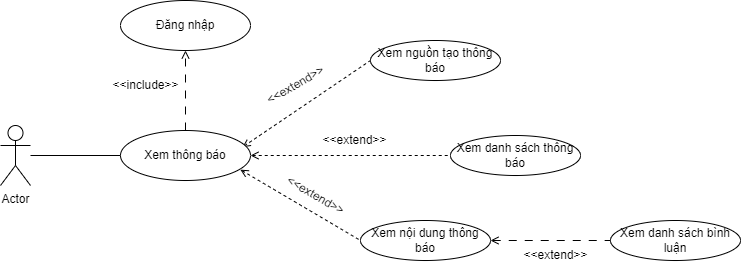
Above: usecase diagram/Thông báo nội khu-Xem thông báo.drawio.png in kienndhn/draw-io (draw.io), before the change. Source tidied: cells renumbered, new cells last; positions are measured from the earlier drawing's top-left corner, leaving out a move shared by most shapes.
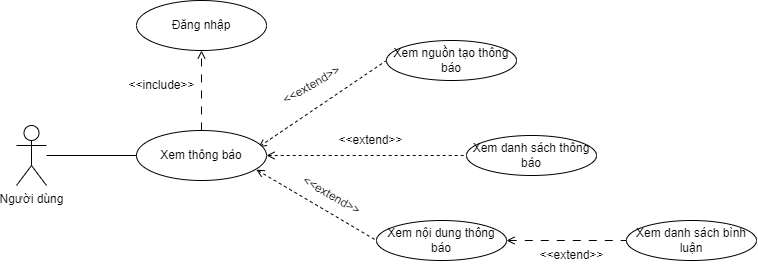
After the commit.

The edit, as a diff of the source:
```diff
@@ -38,7 +38,7 @@
     <mxCell id="13" style="edgeStyle=none;rounded=0;jettySize=auto;html=1;entryX=0;entryY=0.5;entryDx=0;entryDy=0;startArrow=none;startFill=0;endArrow=none;endFill=0;" parent="1" edge="1" source="14" target="12">
       <mxGeometry relative="1" as="geometry" />
     </mxCell>
-    <mxCell id="14" value="Actor" style="shape=umlActor;verticalLabelPosition=bottom;verticalAlign=top;html=1;outlineConnect=0;" parent="1" vertex="1">
+    <mxCell id="14" value="Người dùng" style="shape=umlActor;verticalLabelPosition=bottom;verticalAlign=top;html=1;outlineConnect=0;" parent="1" vertex="1">
       <mxGeometry y="125" width="30" height="60" as="geometry" />
     </mxCell>
     <mxCell id="15" value="&amp;lt;&amp;lt;extend&amp;gt;&amp;gt;" style="text;html=1;align=center;verticalAlign=middle;strokeColor=none;fillColor=none;rotation=0;" parent="1" vertex="1">
```
